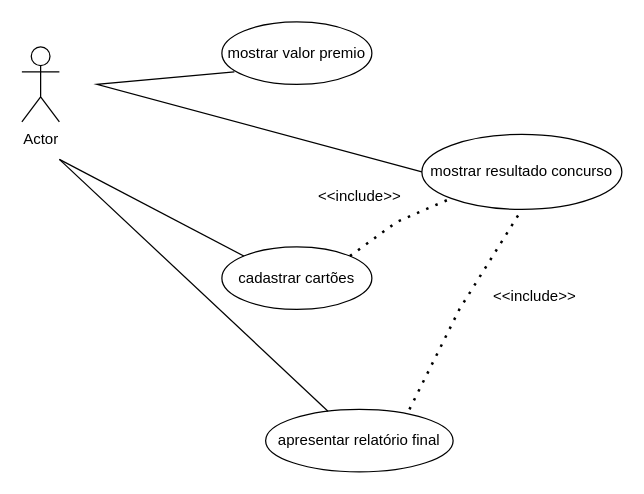
nathandantasn/diagramas keeps this draw.io diagram as Untitled Diagram.drawio. Above is the earlier version. Source tidied: cells renumbered, new cells numbered last; positions are measured from the earlier drawing's top-left corner, leaving out a move shared by most shapes. Both pictures are drawn from the tidied source at 125%, with x=0, y=0 at pixel (21, 21).
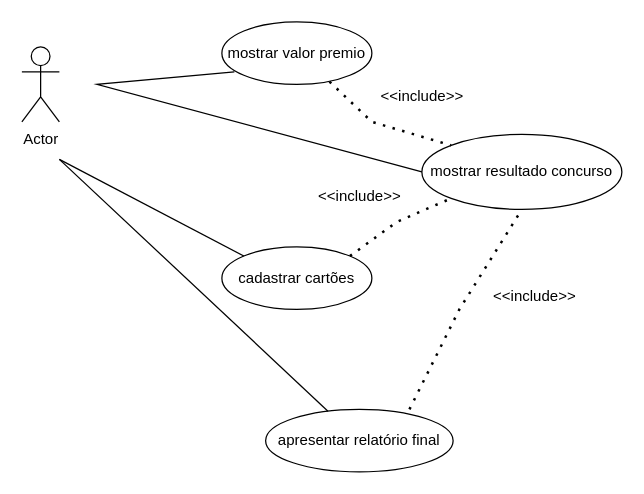
Above is the later version.

The change refers to these unchanged cells:
```xml
<mxCell id="4" value="mostrar resultado concurso" style="ellipse;whiteSpace=wrap;html=1;" parent="1" vertex="1">
  <mxGeometry x="320" y="90" width="160" height="60" as="geometry" />
</mxCell>
<mxCell id="6" value="mostrar valor premio" style="ellipse;whiteSpace=wrap;html=1;" parent="1" vertex="1">
  <mxGeometry x="160" width="120" height="50" as="geometry" />
</mxCell>
```

The edit, as a diff of the source:
```diff
@@
+    <mxCell id="14" style="endArrow=none;dashed=1;html=1;dashPattern=1 3;strokeWidth=2;rounded=0;entryX=0;entryY=0;entryDx=0;entryDy=0;exitX=0.717;exitY=0.956;exitDx=0;exitDy=0;exitPerimeter=0;" parent="1" edge="1" source="6" target="4">
+      <mxGeometry relative="1" as="geometry">
+        <Array as="points">
+          <mxPoint x="280" y="80" />
+        </Array>
+      </mxGeometry>
+    </mxCell>
+    <mxCell id="15" value="&amp;lt;&amp;lt;include&amp;gt;&amp;gt;" style="text;html=1;align=center;verticalAlign=middle;strokeColor=none;fillColor=none;" parent="1" vertex="1">
+      <mxGeometry x="280" y="50" width="80" height="20" as="geometry" />
+    </mxCell>
```
